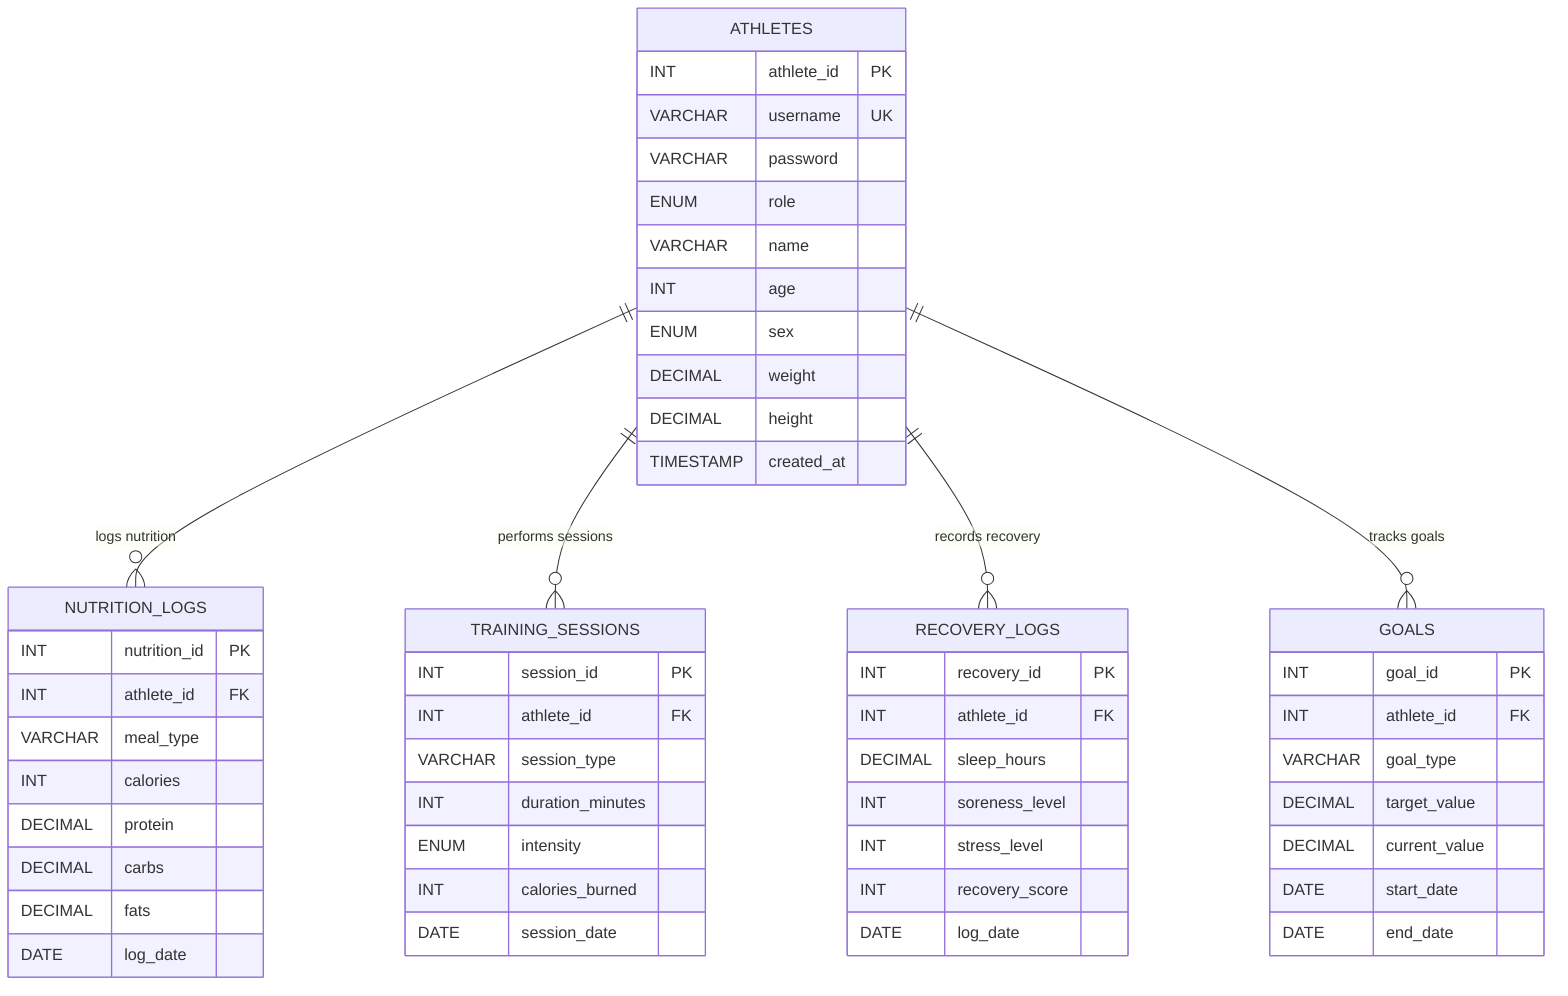
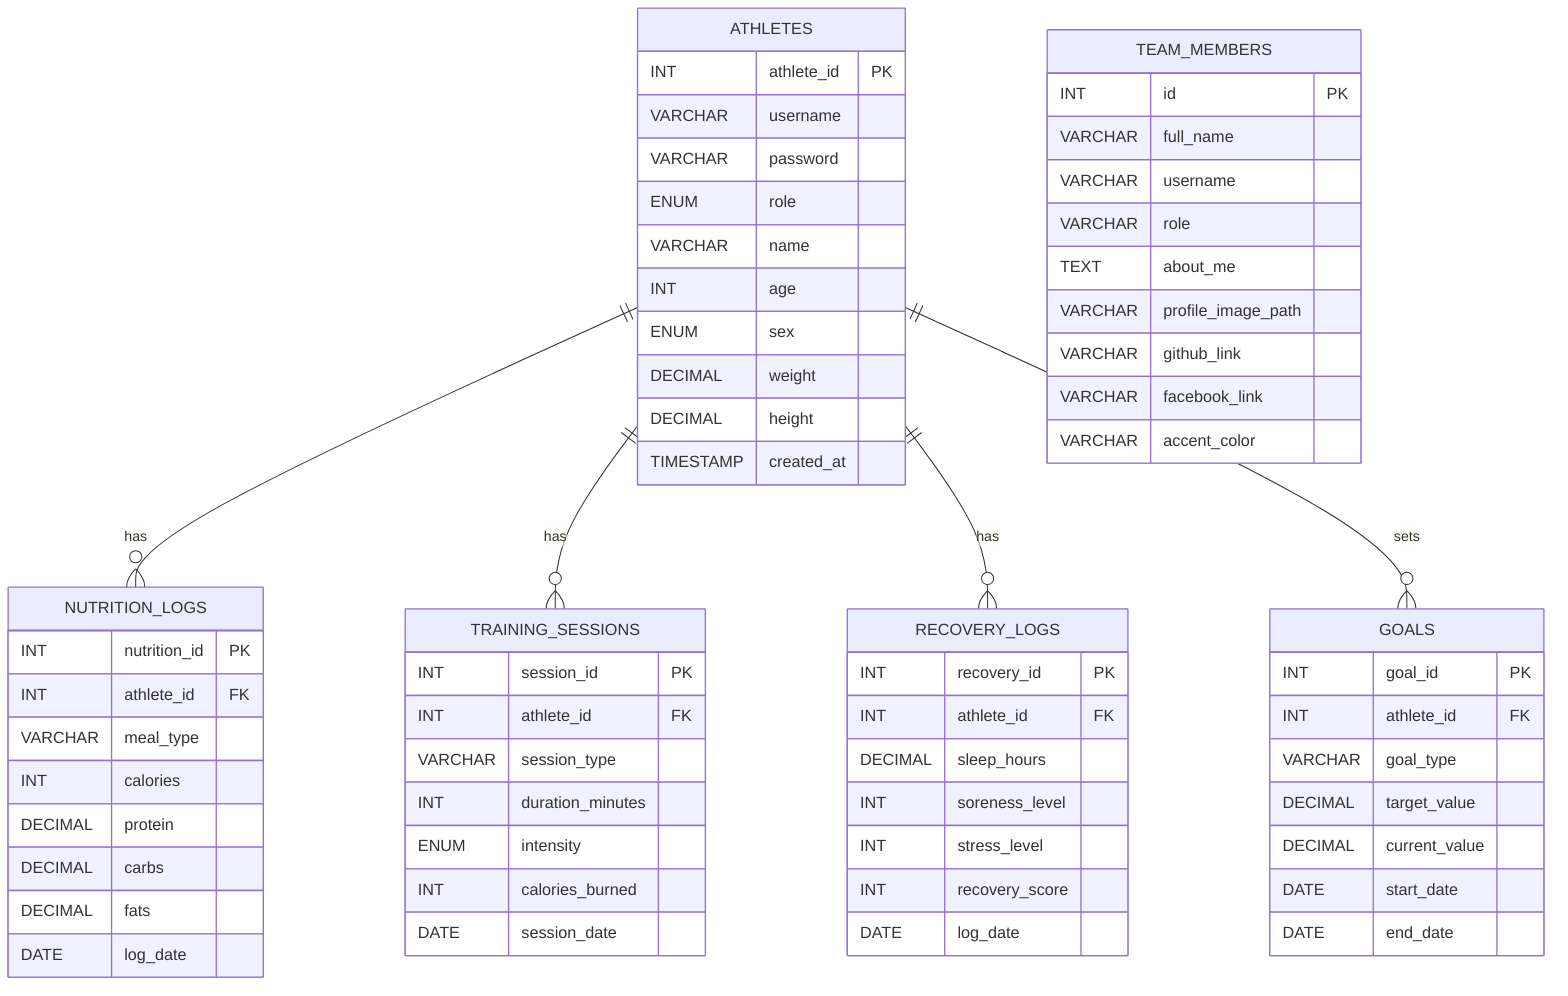
erDiagram
-     ATHLETES {
-         INT athlete_id PK
-         VARCHAR username UK
-         VARCHAR password
-         ENUM role
-         VARCHAR name
-         INT age
-         ENUM sex
-         DECIMAL weight
-         DECIMAL height
-         TIMESTAMP created_at
-     }

-     NUTRITION_LOGS {
-         INT nutrition_id PK
-         INT athlete_id FK
-         VARCHAR meal_type
-         INT calories
-         DECIMAL protein
-         DECIMAL carbs
-         DECIMAL fats
-         DATE log_date
-     }
+     ATHLETES {
+         INT athlete_id PK
+         VARCHAR username
+         VARCHAR password
+         ENUM role
+         VARCHAR name
+         INT age
+         ENUM sex
+         DECIMAL weight
+         DECIMAL height
+         TIMESTAMP created_at
+     }

-     TRAINING_SESSIONS {
-         INT session_id PK
-         INT athlete_id FK
-         VARCHAR session_type
-         INT duration_minutes
-         ENUM intensity
-         INT calories_burned
-         DATE session_date
-     }
+     NUTRITION_LOGS {
+         INT nutrition_id PK
+         INT athlete_id FK
+         VARCHAR meal_type
+         INT calories
+         DECIMAL protein
+         DECIMAL carbs
+         DECIMAL fats
+         DATE log_date
+     }

-     RECOVERY_LOGS {
-         INT recovery_id PK
-         INT athlete_id FK
-         DECIMAL sleep_hours
-         INT soreness_level
-         INT stress_level
-         INT recovery_score
-         DATE log_date
-     }
+     TRAINING_SESSIONS {
+         INT session_id PK
+         INT athlete_id FK
+         VARCHAR session_type
+         INT duration_minutes
+         ENUM intensity
+         INT calories_burned
+         DATE session_date
+     }

-     GOALS {
-         INT goal_id PK
-         INT athlete_id FK
-         VARCHAR goal_type
-         DECIMAL target_value
-         DECIMAL current_value
-         DATE start_date
-         DATE end_date
-     }
+     RECOVERY_LOGS {
+         INT recovery_id PK
+         INT athlete_id FK
+         DECIMAL sleep_hours
+         INT soreness_level
+         INT stress_level
+         INT recovery_score
+         DATE log_date
+     }

-     ATHLETES ||--o{ NUTRITION_LOGS : "logs nutrition"
-     ATHLETES ||--o{ TRAINING_SESSIONS : "performs sessions"
-     ATHLETES ||--o{ RECOVERY_LOGS : "records recovery"
-     ATHLETES ||--o{ GOALS : "tracks goals"+     GOALS {
+         INT goal_id PK
+         INT athlete_id FK
+         VARCHAR goal_type
+         DECIMAL target_value
+         DECIMAL current_value
+         DATE start_date
+         DATE end_date
+     }
+ 
+     TEAM_MEMBERS {
+         INT id PK
+         VARCHAR full_name
+         VARCHAR username
+         VARCHAR role
+         TEXT about_me
+         VARCHAR profile_image_path
+         VARCHAR github_link
+         VARCHAR facebook_link
+         VARCHAR accent_color
+     }
+ 
+     ATHLETES ||--o{ NUTRITION_LOGS : has
+     ATHLETES ||--o{ TRAINING_SESSIONS : has
+     ATHLETES ||--o{ RECOVERY_LOGS : has
+     ATHLETES ||--o{ GOALS : sets